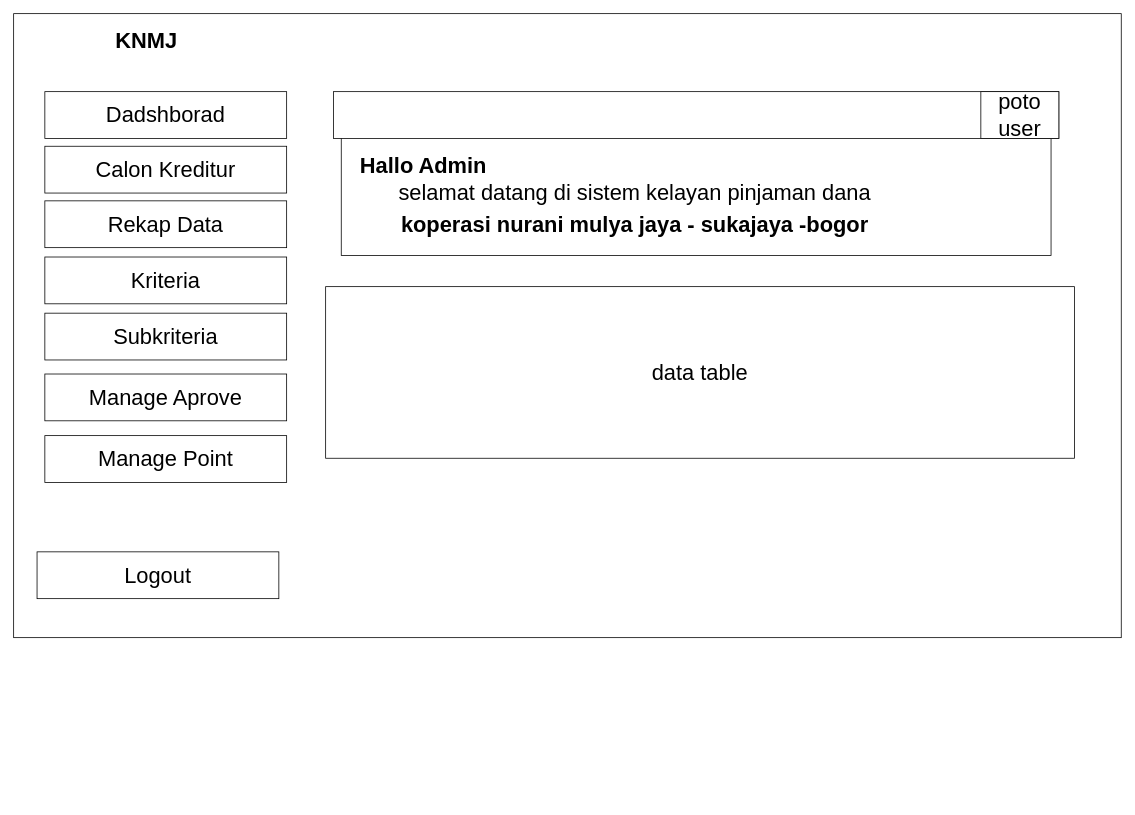
alinurd/simpanPinjam keeps this draw.io diagram as page "DASHBOARD" (44 of 44) of public/Untitled Diagram.drawio. Above is the earlier version. Source tidied: cells renumbered, new cells numbered last; positions are measured from the earlier drawing's top-left corner, leaving out a move shared by most shapes. Both pictures are drawn from the tidied source at 78%, with x=0, y=0 at pixel (13, 13).
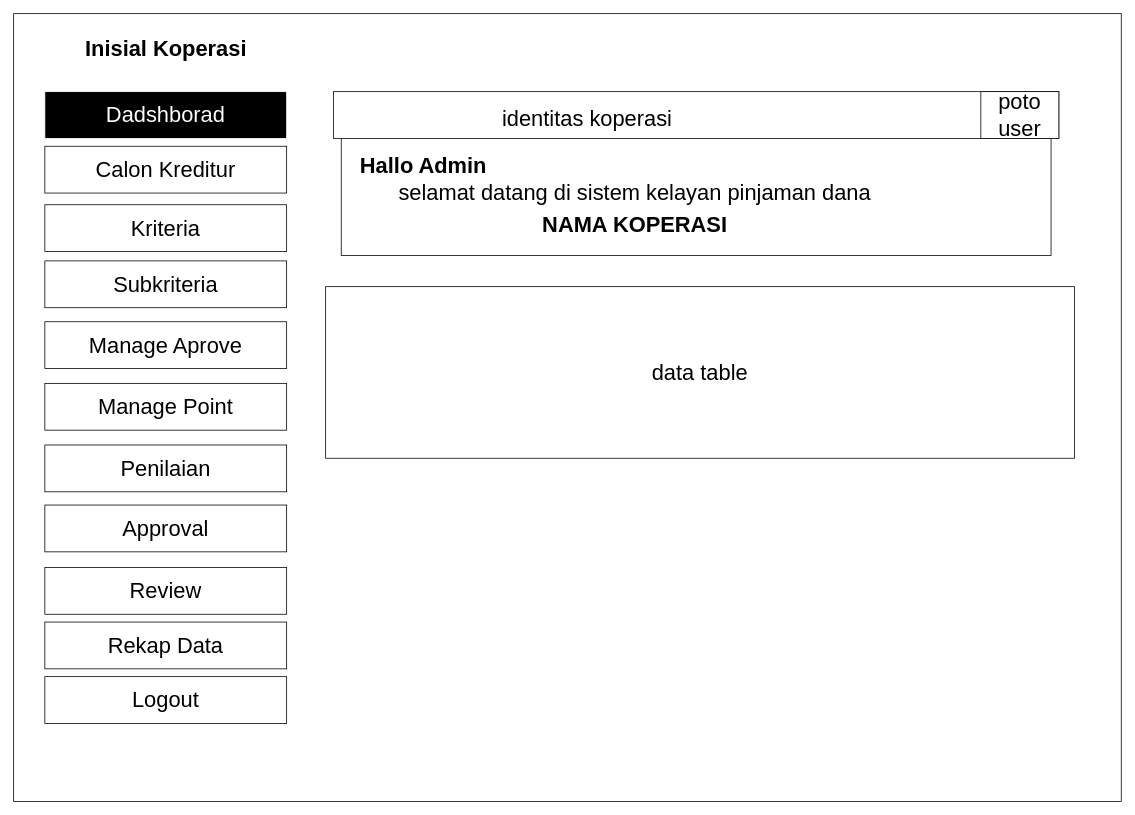
The same page after the edit.

The edit, as a diff of the source:
```diff
@@
+    <mxCell id="18" style="rounded=0;whiteSpace=wrap;html=1;strokeColor=default;fillColor=none;fontSize=28;fontColor=#FFFFFF;" parent="1" vertex="1">
+      <mxGeometry width="1420" height="1010" as="geometry" />
+    </mxCell>
@@
-    <mxCell id="3" value="Dadshborad" style="rounded=0;whiteSpace=wrap;html=1;fontStyle=0;fontSize=28;" parent="1" vertex="1">
+    <mxCell id="3" value="&lt;font color=&quot;#ffffff&quot;&gt;Dadshborad&lt;/font&gt;" style="rounded=0;whiteSpace=wrap;html=1;fontStyle=0;fontSize=28;fillColor=#000000;strokeColor=#FFFFFF;" parent="1" vertex="1">
       <mxGeometry x="40" y="100" width="310" height="60" as="geometry" />
     </mxCell>
@@
-    <mxCell id="5" value="koperasi nurani mulya jaya - sukajaya -bogor" style="text;html=1;align=center;verticalAlign=middle;strokeColor=none;fillColor=none;fontSize=28;fontStyle=1;" parent="1" vertex="1">
-      <mxGeometry x="506" y="245" width="580" height="50" as="geometry" />
+    <mxCell id="5" value="NAMA KOPERASI" style="text;html=1;align=center;verticalAlign=middle;strokeColor=none;fillColor=none;fontSize=28;fontStyle=1;" parent="1" vertex="1">
+      <mxGeometry x="666" y="245" width="260" height="50" as="geometry" />
     </mxCell>
-    <mxCell id="6" value="&lt;b style=&quot;font-size: 28px;&quot;&gt;KNMJ&lt;/b&gt;" style="text;html=1;align=center;verticalAlign=middle;strokeColor=none;fillColor=none;fontSize=28;" parent="1" vertex="1">
-      <mxGeometry x="120" y="10" width="100" height="50" as="geometry" />
+    <mxCell id="6" value="&lt;b&gt;Inisial Koperasi&lt;/b&gt;" style="text;html=1;align=center;verticalAlign=middle;strokeColor=none;fillColor=none;fontSize=28;" parent="1" vertex="1">
+      <mxGeometry x="80" y="20" width="230" height="50" as="geometry" />
     </mxCell>
@@
-    <mxCell id="11" value="Rekap Data" style="rounded=0;whiteSpace=wrap;html=1;fontStyle=0;fontSize=28;" parent="1" vertex="1">
-      <mxGeometry x="40" y="240" width="310" height="60" as="geometry" />
+    <mxCell id="11" value="Penilaian" style="rounded=0;whiteSpace=wrap;html=1;fontStyle=0;fontSize=28;" parent="1" vertex="1">
+      <mxGeometry x="40" y="553" width="310" height="60" as="geometry" />
     </mxCell>
     <mxCell id="12" value="Kriteria" style="rounded=0;whiteSpace=wrap;html=1;fontStyle=0;fontSize=28;" parent="1" vertex="1">
-      <mxGeometry x="40" y="312" width="310" height="60" as="geometry" />
+      <mxGeometry x="40" y="245" width="310" height="60" as="geometry" />
     </mxCell>
     <mxCell id="13" value="Subkriteria" style="rounded=0;whiteSpace=wrap;html=1;fontStyle=0;fontSize=28;" parent="1" vertex="1">
-      <mxGeometry x="40" y="384" width="310" height="60" as="geometry" />
+      <mxGeometry x="40" y="317" width="310" height="60" as="geometry" />
     </mxCell>
     <mxCell id="14" value="Manage Aprove" style="rounded=0;whiteSpace=wrap;html=1;fontStyle=0;fontSize=28;" parent="1" vertex="1">
-      <mxGeometry x="40" y="462" width="310" height="60" as="geometry" />
+      <mxGeometry x="40" y="395" width="310" height="60" as="geometry" />
     </mxCell>
     <mxCell id="15" value="Manage Point" style="rounded=0;whiteSpace=wrap;html=1;fontStyle=0;fontSize=28;" parent="1" vertex="1">
-      <mxGeometry x="40" y="541" width="310" height="60" as="geometry" />
+      <mxGeometry x="40" y="474" width="310" height="60" as="geometry" />
     </mxCell>
     <mxCell id="16" value="Logout" style="rounded=0;whiteSpace=wrap;html=1;fontStyle=0;fontSize=28;" parent="1" vertex="1">
-      <mxGeometry x="30" y="690" width="310" height="60" as="geometry" />
+      <mxGeometry x="40" y="850" width="310" height="60" as="geometry" />
     </mxCell>
@@
-    <mxCell id="18" style="rounded=0;whiteSpace=wrap;html=1;strokeColor=default;fillColor=none;fontSize=28;" parent="1" vertex="1">
-      <mxGeometry width="1420" height="800" as="geometry" />
-    </mxCell>
+    <mxCell id="19" value="identitas koperasi" style="text;html=1;align=center;verticalAlign=middle;strokeColor=none;fillColor=none;fontSize=28;" parent="1" vertex="1">
+      <mxGeometry x="615" y="110" width="240" height="50" as="geometry" />
+    </mxCell>
+    <mxCell id="20" value="Approval" style="rounded=0;whiteSpace=wrap;html=1;fontStyle=0;fontSize=28;" parent="1" vertex="1">
+      <mxGeometry x="40" y="630" width="310" height="60" as="geometry" />
+    </mxCell>
+    <mxCell id="21" value="Review" style="rounded=0;whiteSpace=wrap;html=1;fontStyle=0;fontSize=28;" parent="1" vertex="1">
+      <mxGeometry x="40" y="710" width="310" height="60" as="geometry" />
+    </mxCell>
+    <mxCell id="22" value="Rekap Data" style="rounded=0;whiteSpace=wrap;html=1;fontStyle=0;fontSize=28;" parent="1" vertex="1">
+      <mxGeometry x="40" y="780" width="310" height="60" as="geometry" />
+    </mxCell>
```
